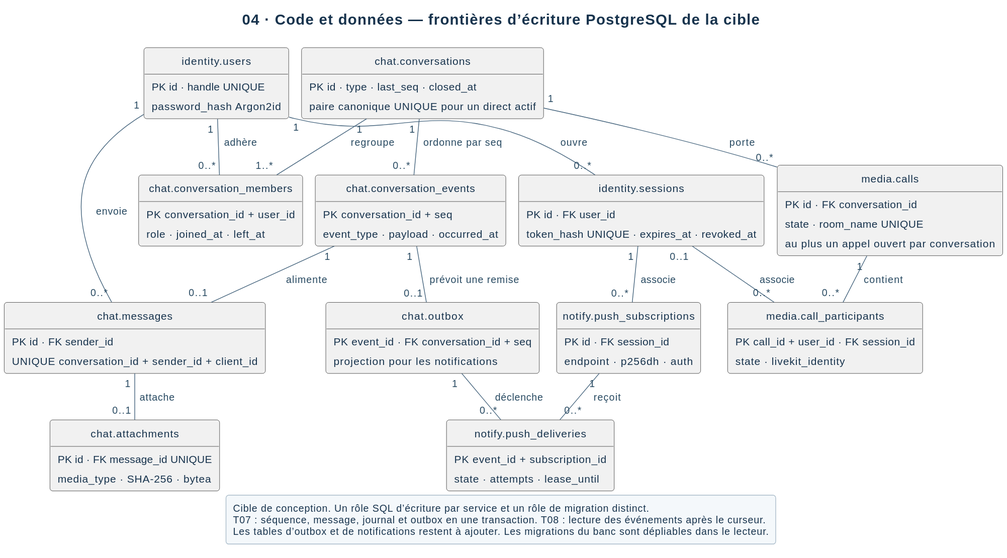
Above: docs/architecture/svg/04-code.svg in Zayonx-0/ChatISEN (PlantUML), before the change.
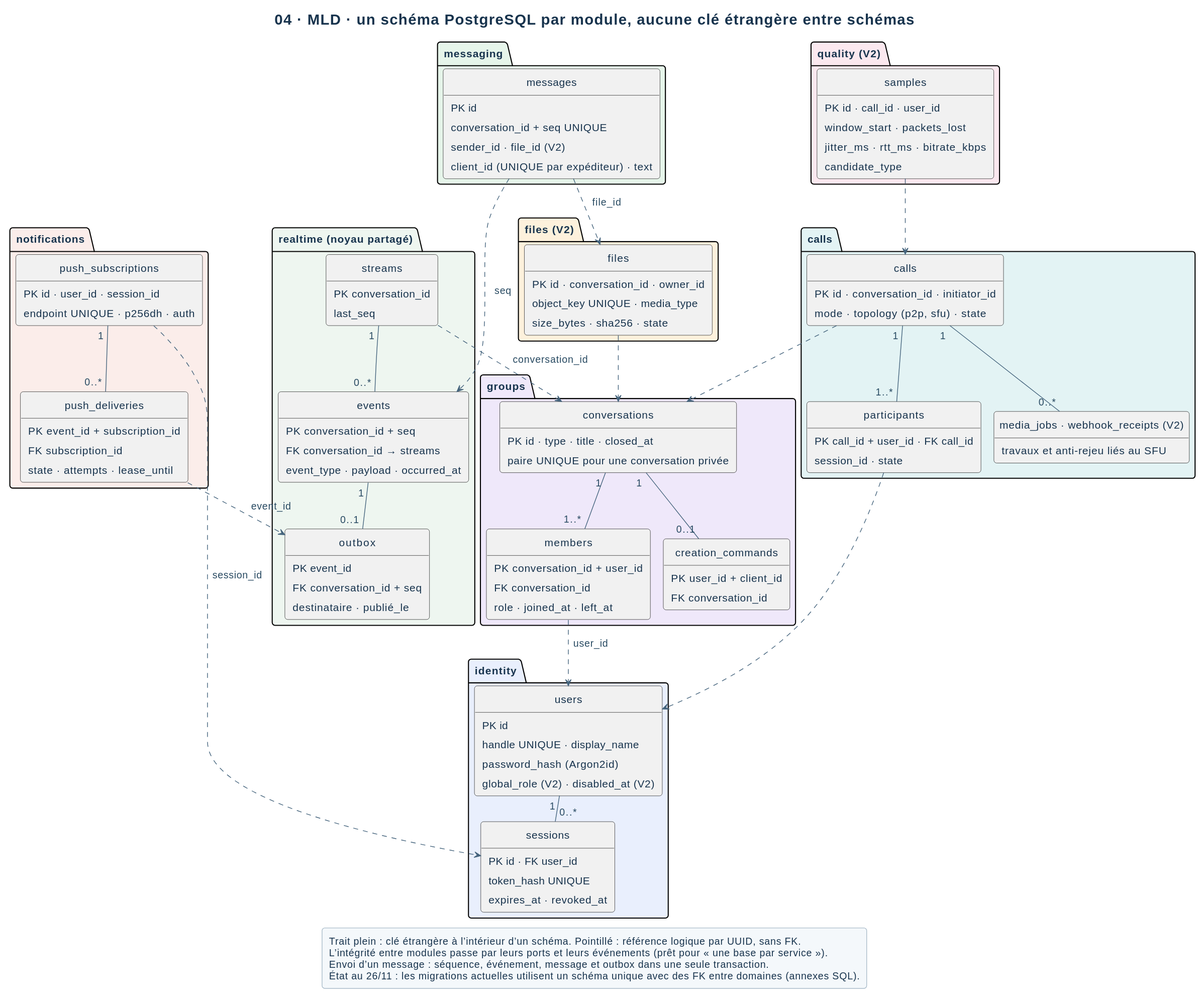
After the commit.

The edit, as a diff of the source:
```diff
@@ -24,84 +24,125 @@
 skinparam classAttributeIconSize 0
 hide empty methods
 
-hide methods
 hide circle
-title 04 · Code et données — frontières d’écriture PostgreSQL de la cible
-together {
-class "identity.users" as U {
-  PK id · handle UNIQUE
-  password_hash Argon2id
+title 04 · MLD · un schéma PostgreSQL par module, aucune clé étrangère entre schémas
+
+package "identity" #E9EFFD {
+class "users" as U {
+  PK id
+  handle UNIQUE · display_name
+  {field} password_hash (Argon2id)
+  {field} global_role (V2) · disabled_at (V2)
 }
-class "identity.sessions" as S {
+class "sessions" as S {
   PK id · FK user_id
-  token_hash UNIQUE · expires_at · revoked_at
+  token_hash UNIQUE
+  expires_at · revoked_at
 }
 }
-together {
-class "chat.conversations" as C {
-  PK id · type · last_seq · closed_at
-  paire canonique UNIQUE pour un direct actif
+package "groups" #EFE8FA {
+class "conversations" as C {
+  PK id · type · title · closed_at
+  paire UNIQUE pour une conversation privée
 }
-class "chat.conversation_members" as M {
+class "members" as M {
   PK conversation_id + user_id
+  FK conversation_id
   role · joined_at · left_at
 }
-class "chat.conversation_events" as E {
+class "creation_commands" as Cmd {
+  PK user_id + client_id
+  FK conversation_id
+}
+}
+package "realtime (noyau partagé)" #EEF6F0 {
+class "streams" as St {
+  PK conversation_id
+  last_seq
+}
+class "events" as E {
   PK conversation_id + seq
+  FK conversation_id → streams
   event_type · payload · occurred_at
 }
-class "chat.messages" as Msg {
-  PK id · FK sender_id
-  FK (conversation_id, seq)
-  UNIQUE conversation_id + sender_id + client_id
-}
-class "chat.attachments" as A {
-  PK id · FK message_id UNIQUE
-  media_type · SHA-256 · bytea
-}
-class "chat.outbox" as O {
-  PK event_id · FK conversation_id + seq
-  projection pour les notifications
+class "outbox" as O {
+  PK event_id
+  FK conversation_id + seq
+  destinataire · publié_le
 }
 }
-together {
-class "media.calls" as Call {
-  PK id · FK conversation_id
-  state · room_name UNIQUE
-  au plus un appel ouvert par conversation
-}
-class "media.call_participants" as Part {
-  PK call_id + user_id · FK session_id
-  state · livekit_identity
+package "messaging" #E6F5EA {
+class "messages" as Msg {
+  PK id
+  conversation_id + seq UNIQUE
+  {field} sender_id · file_id (V2)
+  {field} client_id (UNIQUE par expéditeur) · text
 }
 }
-together {
-class "notify.push_subscriptions" as Sub {
-  PK id · FK session_id
-  endpoint · p256dh · auth
+package "files (V2)" #FDF1DC {
+class "files" as F {
+  PK id · conversation_id · owner_id
+  object_key UNIQUE · media_type
+  size_bytes · sha256 · state
 }
-class "notify.push_deliveries" as Deliver {
+}
+package "calls" #E3F3F4 {
+class "calls" as Call {
+  PK id · conversation_id · initiator_id
+  {field} mode · topology (p2p, sfu) · state
+}
+class "participants" as P {
+  PK call_id + user_id · FK call_id
+  session_id · state
+}
+class "media_jobs · webhook_receipts (V2)" as Jobs {
+  travaux et anti-rejeu liés au SFU
+}
+}
+package "quality (V2)" #FBE8EF {
+class "samples" as Q {
+  PK id · call_id · user_id
+  window_start · packets_lost
+  jitter_ms · rtt_ms · bitrate_kbps
+  candidate_type
+}
+}
+package "notifications" #FBEDEA {
+class "push_subscriptions" as Sub {
+  PK id · user_id · session_id
+  endpoint UNIQUE · p256dh · auth
+}
+class "push_deliveries" as D {
   PK event_id + subscription_id
+  FK subscription_id
   state · attempts · lease_until
 }
 }
-U "1" -- "0..*" S : ouvre
-U "1" -- "0..*" M : adhère
-C "1" -- "1..*" M : regroupe
-U "1" -- "0..*" Msg : envoie
-C "1" -- "0..*" E : ordonne par seq
-E "1" -- "0..1" Msg : alimente
-Msg "1" -- "0..1" A : attache
-E "1" -- "0..1" O : prévoit une remise
-C "1" -- "0..*" Call : porte
-Call "1" -- "0..*" Part : contient
-S "0..1" -- "0..*" Part : associe
-S "1" -- "0..*" Sub : associe
-Sub "1" -- "0..*" Deliver : reçoit
-O "1" -- "0..*" Deliver : déclenche
+
+U "1" -- "0..*" S
+C "1" -- "1..*" M
+C "1" -- "0..1" Cmd
+St "1" -- "0..*" E
+E "1" -- "0..1" O
+Call "1" -- "1..*" P
+Call "1" -- "0..*" Jobs
+Sub "1" -- "0..*" D
+
+M ..> U : user_id
+St ..> C : conversation_id
+Msg ..> E : seq
+Msg ..> F : file_id
+F ..> C
+Call ..> C
+P ..> U
+Q ..> Call
+Sub ..> S : session_id
+D ..> O : event_id
+
 legend bottom
-  Cible de conception. Un rôle SQL d’écriture par service et un rôle de migration distinct.
-  T07 : séquence, message, journal et outbox en une transaction. T08 : lecture des événements après le curseur.
-  Les tables d’outbox et de notifications restent à ajouter. Les migrations du banc sont dépliables dans le lecteur.
+  Trait plein : clé étrangère à l’intérieur d’un schéma. Pointillé : référence logique par UUID, sans FK.
+  L’intégrité entre modules passe par leurs ports et leurs événements (prêt pour « une base par service »).
+  Envoi d’un message : séquence, événement, message et outbox dans une seule transaction.
+  État au 26/11 : les migrations actuelles utilisent un schéma unique avec des FK entre domaines (annexes SQL).
 endlegend
 @enduml
```
